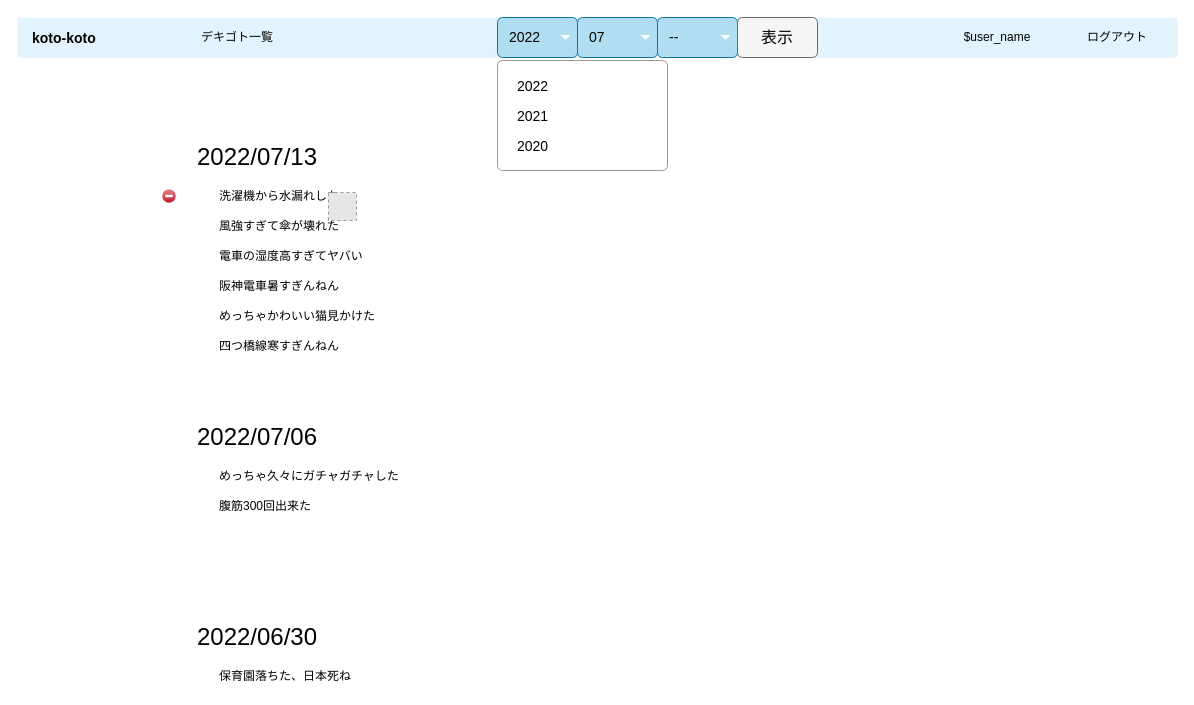
Above: page "デキゴト一覧" (4 of 5) of 名称未設定ファイル.drawio in omoikanelulu/Three_good_things (draw.io), before the change. Source tidied: cells renumbered, new cells numbered last; positions are measured from the earlier drawing's top-left corner, leaving out a move shared by most shapes. Both pictures are drawn from the tidied source at 100%, with x=0, y=0 at pixel (17, 17). Pictures stored in the file or linked from it are replaced by grey dashed boxes.
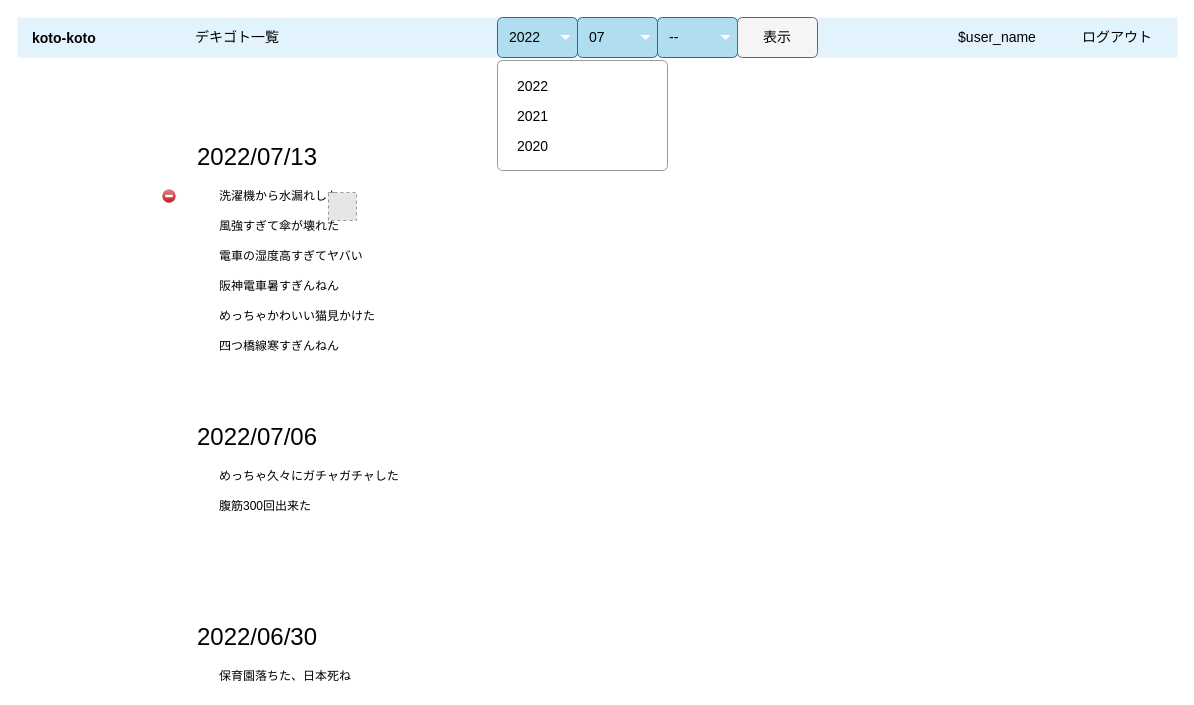
Above is the later version.

The edit, as a diff of the source:
```diff
@@
-    <mxCell id="25" value="ログアウト" style="html=1;shadow=0;dashed=0;fillColor=none;strokeColor=none;shape=mxgraph.bootstrap.rect;fontColor=#000000;whiteSpace=wrap;" parent="1" vertex="1">
+    <mxCell id="25" value="ログアウト" style="html=1;shadow=0;dashed=0;fillColor=none;strokeColor=none;shape=mxgraph.bootstrap.rect;fontColor=#000000;whiteSpace=wrap;fontSize=14;" parent="1" vertex="1">
       <mxGeometry x="1040" width="120" height="40" as="geometry" />
     </mxCell>
-    <mxCell id="26" value="$user_name" style="html=1;shadow=0;dashed=0;fillColor=none;strokeColor=none;shape=mxgraph.bootstrap.rect;fontColor=#000000;whiteSpace=wrap;" parent="1" vertex="1">
+    <mxCell id="26" value="$user_name" style="html=1;shadow=0;dashed=0;fillColor=none;strokeColor=none;shape=mxgraph.bootstrap.rect;fontColor=#000000;whiteSpace=wrap;fontSize=14;" parent="1" vertex="1">
       <mxGeometry x="920" width="120" height="40" as="geometry" />
     </mxCell>
-    <mxCell id="27" value="デキゴト一覧" style="html=1;shadow=0;dashed=0;fillColor=none;strokeColor=none;shape=mxgraph.bootstrap.rect;fontColor=#000000;whiteSpace=wrap;" parent="1" vertex="1">
+    <mxCell id="27" value="デキゴト一覧" style="html=1;shadow=0;dashed=0;fillColor=none;strokeColor=none;shape=mxgraph.bootstrap.rect;fontColor=#000000;whiteSpace=wrap;fontSize=14;" parent="1" vertex="1">
       <mxGeometry x="160" width="120" height="40" as="geometry" />
     </mxCell>
-    <mxCell id="28" value="&lt;font color=&quot;#000000&quot; style=&quot;font-size: 16px;&quot;&gt;表示&lt;/font&gt;" style="html=1;shadow=0;dashed=0;shape=mxgraph.bootstrap.rrect;rSize=5;strokeWidth=1;whiteSpace=wrap;align=center;verticalAlign=middle;spacingLeft=0;fontStyle=0;fontSize=16;spacing=5;fillColor=#f5f5f5;strokeColor=#666666;fontColor=#333333;" parent="1" vertex="1">
+    <mxCell id="28" value="&lt;font color=&quot;#000000&quot; style=&quot;font-size: 14px;&quot;&gt;表示&lt;/font&gt;" style="html=1;shadow=0;dashed=0;shape=mxgraph.bootstrap.rrect;rSize=5;strokeWidth=1;whiteSpace=wrap;align=center;verticalAlign=middle;spacingLeft=0;fontStyle=0;fontSize=14;spacing=5;fillColor=#f5f5f5;strokeColor=#666666;fontColor=#333333;" parent="1" vertex="1">
       <mxGeometry x="720" width="80" height="40" as="geometry" />
     </mxCell>
```
